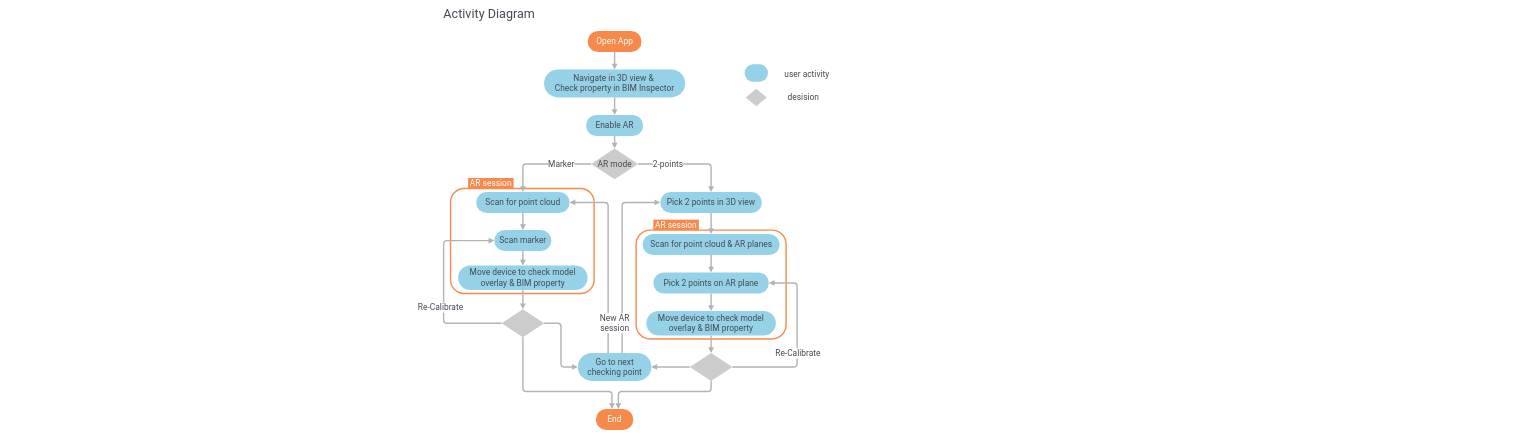
EricHsuYC/EricHsuYC.github.io keeps this draw.io diagram as Untitled Diagram.drawio. Above is the earlier version. Source tidied: cells renumbered, new cells numbered last; positions are measured from the earlier drawing's top-left corner, leaving out a move shared by most shapes. Both pictures are drawn from the tidied source at 35%, with x=0, y=0 at pixel (440, 6).
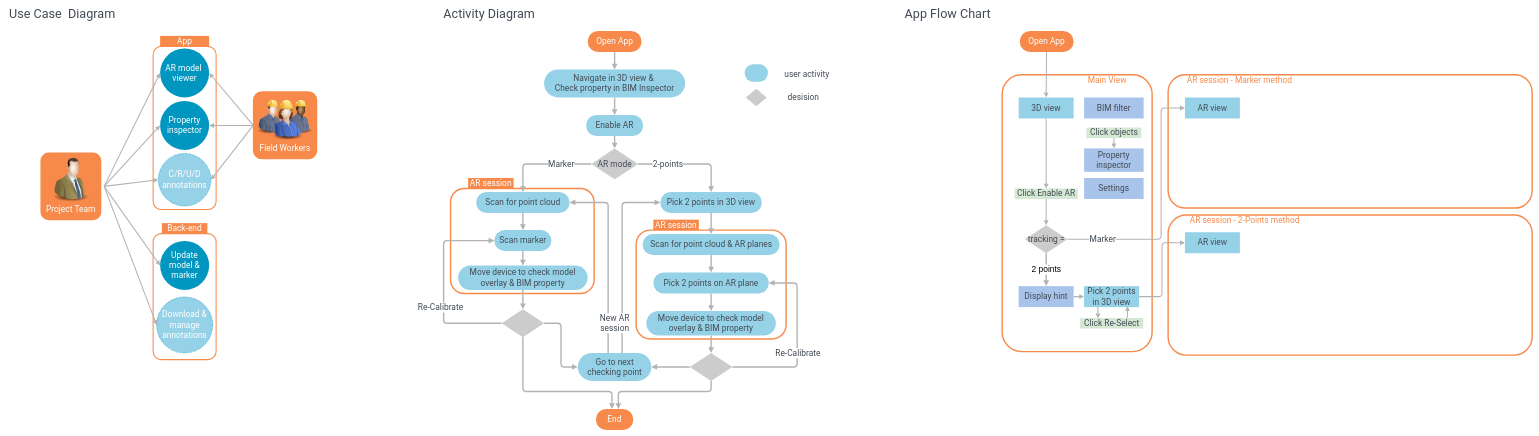
The same page after the edit.

Diff of the diagram source:
```diff
@@
+    <mxCell id="51" style="rounded=1;whiteSpace=wrap;html=1;labelBackgroundColor=#ffffff;strokeColor=#F78A4A;strokeWidth=4;fillColor=none;fontFamily=Roboto;fontSize=24;fontColor=#434B54;arcSize=13;" parent="1" vertex="1">
+      <mxGeometry x="2080" y="195" width="1040" height="381" as="geometry" />
+    </mxCell>
+    <mxCell id="52" style="rounded=1;whiteSpace=wrap;html=1;labelBackgroundColor=#ffffff;strokeColor=#F78A4A;strokeWidth=4;fillColor=none;fontFamily=Roboto;fontSize=24;fontColor=#434B54;arcSize=13;" parent="1" vertex="1">
+      <mxGeometry x="1605.8" y="195" width="428.5" height="791" as="geometry" />
+    </mxCell>
+    <mxCell id="53" style="rounded=1;whiteSpace=wrap;html=1;labelBackgroundColor=#ffffff;strokeColor=#F78A4A;strokeWidth=3;fillColor=none;fontFamily=Roboto;fontSize=24;fontColor=#434B54;arcSize=13;" parent="1" vertex="1">
+      <mxGeometry x="-820" y="649" width="180" height="360" as="geometry" />
+    </mxCell>
+    <mxCell id="54" style="rounded=1;whiteSpace=wrap;html=1;labelBackgroundColor=#ffffff;strokeColor=#F78A4A;strokeWidth=3;fillColor=none;fontFamily=Roboto;fontSize=24;fontColor=#434B54;arcSize=13;" parent="1" vertex="1">
+      <mxGeometry x="-820" y="114" width="180" height="466" as="geometry" />
+    </mxCell>
@@
+    <mxCell id="55" style="edgeStyle=none;jettySize=auto;html=1;entryX=0.5;entryY=0;entryDx=0;entryDy=0;startFill=0;endArrow=block;endFill=1;strokeColor=#B3B3B3;strokeWidth=3;" parent="1" edge="1" source="56" target="86">
+      <mxGeometry relative="1" as="geometry" />
+    </mxCell>
+    <mxCell id="56" value="&lt;font style=&quot;font-size: 24px&quot; color=&quot;#ffffff&quot;&gt;Open App&lt;/font&gt;" style="rounded=1;whiteSpace=wrap;html=1;fillColor=#F78A4A;fontFamily=Roboto;arcSize=50;strokeColor=none;" parent="1" vertex="1">
+      <mxGeometry x="1656" y="70" width="154" height="60" as="geometry" />
+    </mxCell>
+    <mxCell id="57" value="&lt;div&gt;&lt;font color=&quot;#ffffff&quot;&gt;AR model&amp;nbsp;&lt;/font&gt;&lt;/div&gt;&lt;div&gt;&lt;font color=&quot;#ffffff&quot;&gt;viewer&lt;/font&gt;&lt;/div&gt;" style="ellipse;whiteSpace=wrap;html=1;rounded=1;labelBackgroundColor=none;strokeColor=none;strokeWidth=4;fillColor=#0096BF;fontFamily=Roboto;fontSize=24;fontColor=#434B54;shadow=0;" parent="1" vertex="1">
+      <mxGeometry x="-800" y="120" width="140" height="140" as="geometry" />
+    </mxCell>
+    <mxCell id="58" value="&lt;div&gt;&lt;font color=&quot;#ffffff&quot;&gt;Property&lt;/font&gt;&lt;/div&gt;&lt;div&gt;&lt;font color=&quot;#ffffff&quot;&gt;inspector&lt;/font&gt;&lt;/div&gt;" style="ellipse;whiteSpace=wrap;html=1;rounded=1;labelBackgroundColor=none;strokeColor=none;strokeWidth=4;fillColor=#0096BF;fontFamily=Roboto;fontSize=24;fontColor=#434B54;shadow=0;" parent="1" vertex="1">
+      <mxGeometry x="-800" y="270" width="140" height="140" as="geometry" />
+    </mxCell>
+    <mxCell id="59" value="&lt;div&gt;&lt;font color=&quot;#ffffff&quot;&gt;C/R/U/D&lt;/font&gt;&lt;/div&gt;&lt;div&gt;&lt;font color=&quot;#ffffff&quot;&gt;annotations&lt;/font&gt;&lt;/div&gt;" style="ellipse;whiteSpace=wrap;html=1;rounded=1;labelBackgroundColor=none;strokeColor=#0096BF;strokeWidth=2;fillColor=#96D2E7;fontFamily=Roboto;fontSize=24;fontColor=#434B54;shadow=0;dashed=1;perimeterSpacing=0;dashPattern=1 1;" parent="1" vertex="1">
+      <mxGeometry x="-805" y="420" width="150" height="150" as="geometry" />
+    </mxCell>
+    <mxCell id="60" value="&lt;div&gt;&lt;font color=&quot;#ffffff&quot;&gt;Download &amp;amp; manage annotations&lt;/font&gt;&lt;/div&gt;" style="ellipse;whiteSpace=wrap;html=1;rounded=1;labelBackgroundColor=none;strokeColor=#0096BF;strokeWidth=2;fillColor=#96D2E7;fontFamily=Roboto;fontSize=24;fontColor=#434B54;shadow=0;dashed=1;dashPattern=1 1;" parent="1" vertex="1">
+      <mxGeometry x="-810" y="830" width="160" height="160" as="geometry" />
+    </mxCell>
+    <mxCell id="61" value="&lt;div&gt;&lt;font color=&quot;#ffffff&quot;&gt;Update model &amp;amp; marker&lt;/font&gt;&lt;/div&gt;" style="ellipse;whiteSpace=wrap;html=1;rounded=1;labelBackgroundColor=none;strokeColor=none;strokeWidth=4;fillColor=#0096BF;fontFamily=Roboto;fontSize=24;fontColor=#434B54;shadow=0;" parent="1" vertex="1">
+      <mxGeometry x="-800" y="670" width="140" height="140" as="geometry" />
+    </mxCell>
+    <mxCell id="62" style="group;perimeterSpacing=600;" parent="1" vertex="1">
+      <mxGeometry x="-1140" y="419" width="170" height="190" as="geometry" />
+    </mxCell>
+    <mxCell id="63" style="rounded=1;whiteSpace=wrap;html=1;labelBackgroundColor=#ffffff;strokeColor=#F78A4A;strokeWidth=4;fillColor=#F78A4A;fontFamily=Roboto;fontSize=24;fontColor=#434B54;arcSize=13;perimeterSpacing=10;" parent="62" vertex="1">
+      <mxGeometry width="170" height="190" as="geometry" />
+    </mxCell>
+    <mxCell id="64" style="image;html=1;labelBackgroundColor=#ffffff;image=img/lib/clip_art/people/Suit_Man_Green_128x128.png;rounded=1;strokeColor=#000000;strokeWidth=4;fillColor=#F78A4A;fontFamily=Roboto;fontSize=24;fontColor=#434B54;" parent="62" vertex="1">
+      <mxGeometry x="20" y="10" width="130" height="130" as="geometry" />
+    </mxCell>
+    <mxCell id="65" value="&lt;font color=&quot;#ffffff&quot;&gt;Project Team&lt;/font&gt;" style="rounded=0;whiteSpace=wrap;html=1;dashed=1;strokeColor=none;strokeWidth=4;fillColor=none;fontFamily=Roboto;fontSize=24;fontColor=#434B54;" parent="62" vertex="1">
+      <mxGeometry y="130" width="170" height="60" as="geometry" />
+    </mxCell>
+    <mxCell id="66" style="edgeStyle=none;jettySize=auto;html=1;exitX=1;exitY=0.5;exitDx=0;exitDy=0;entryX=0;entryY=0.5;entryDx=0;entryDy=0;startFill=0;endArrow=block;endFill=1;strokeColor=#B3B3B3;strokeWidth=3;" parent="1" edge="1" source="63" target="57">
+      <mxGeometry relative="1" as="geometry" />
+    </mxCell>
+    <mxCell id="67" style="edgeStyle=none;jettySize=auto;html=1;exitX=1;exitY=0.5;exitDx=0;exitDy=0;entryX=0;entryY=0.5;entryDx=0;entryDy=0;startFill=0;endArrow=block;endFill=1;strokeColor=#B3B3B3;strokeWidth=3;" parent="1" edge="1" source="63" target="58">
+      <mxGeometry relative="1" as="geometry" />
+    </mxCell>
+    <mxCell id="68" style="edgeStyle=none;jettySize=auto;html=1;exitX=1;exitY=0.5;exitDx=0;exitDy=0;entryX=0;entryY=0.5;entryDx=0;entryDy=0;startFill=0;endArrow=block;endFill=1;strokeColor=#B3B3B3;strokeWidth=3;" parent="1" edge="1" source="63" target="59">
+      <mxGeometry relative="1" as="geometry" />
+    </mxCell>
+    <mxCell id="69" style="edgeStyle=none;jettySize=auto;html=1;exitX=1;exitY=0.5;exitDx=0;exitDy=0;entryX=0;entryY=0.5;entryDx=0;entryDy=0;startFill=0;endArrow=block;endFill=1;strokeColor=#B3B3B3;strokeWidth=3;" parent="1" edge="1" source="63" target="60">
+      <mxGeometry relative="1" as="geometry" />
+    </mxCell>
+    <mxCell id="70" style="edgeStyle=none;jettySize=auto;html=1;exitX=1;exitY=0.5;exitDx=0;exitDy=0;entryX=0;entryY=0.5;entryDx=0;entryDy=0;startFill=0;endArrow=block;endFill=1;strokeColor=#B3B3B3;strokeWidth=3;" parent="1" edge="1" source="63" target="61">
+      <mxGeometry relative="1" as="geometry" />
+    </mxCell>
+    <mxCell id="71" style="group;" parent="1" vertex="1">
+      <mxGeometry x="-534" y="244.5" width="181" height="191" as="geometry" />
+    </mxCell>
+    <mxCell id="72" style="rounded=1;whiteSpace=wrap;html=1;labelBackgroundColor=#ffffff;strokeColor=#F78A4A;strokeWidth=4;fillColor=#F78A4A;fontFamily=Roboto;fontSize=24;fontColor=#434B54;arcSize=13;" parent="71" vertex="1">
+      <mxGeometry x="1" width="180" height="190" as="geometry" />
+    </mxCell>
+    <mxCell id="73" value="&lt;font color=&quot;#ffffff&quot;&gt;Field Workers&lt;/font&gt;" style="rounded=0;whiteSpace=wrap;html=1;dashed=1;strokeColor=none;strokeWidth=4;fillColor=none;fontFamily=Roboto;fontSize=24;fontColor=#434B54;" parent="71" vertex="1">
+      <mxGeometry x="6" y="131" width="170" height="60" as="geometry" />
+    </mxCell>
+    <mxCell id="74" style="group;" parent="71" vertex="1">
+      <mxGeometry y="20" width="180.8" height="118" as="geometry" />
+    </mxCell>
+    <mxCell id="75" style="image;html=1;labelBackgroundColor=#ffffff;image=img/lib/clip_art/people/Construction_Worker_Man_Black_128x128.png;rounded=1;shadow=0;dashed=1;dashPattern=1 1;strokeColor=#0096BF;strokeWidth=2;fillColor=#96D2E7;fontFamily=Roboto;fontSize=24;fontColor=#434B54;" parent="74" vertex="1">
+      <mxGeometry x="80.3" width="100.4" height="100.4" as="geometry" />
+    </mxCell>
+    <mxCell id="76" style="image;html=1;labelBackgroundColor=#ffffff;image=img/lib/clip_art/people/Construction_Worker_Man_128x128.png;rounded=1;strokeColor=#000000;strokeWidth=4;fillColor=#F78A4A;fontFamily=Roboto;fontSize=24;fontColor=#434B54;" parent="74" vertex="1">
+      <mxGeometry width="100.4" height="100.4" as="geometry" />
+    </mxCell>
+    <mxCell id="77" style="image;html=1;labelBackgroundColor=#ffffff;image=img/lib/clip_art/people/Construction_Worker_Woman_128x128.png;rounded=1;strokeColor=#000000;strokeWidth=4;fillColor=#F78A4A;fontFamily=Roboto;fontSize=24;fontColor=#434B54;" parent="74" vertex="1">
+      <mxGeometry x="37.7" width="118" height="118" as="geometry" />
+    </mxCell>
+    <mxCell id="78" style="edgeStyle=none;jettySize=auto;html=1;exitX=0;exitY=0.75;exitDx=0;exitDy=0;entryX=1;entryY=0.5;entryDx=0;entryDy=0;startFill=0;endArrow=block;endFill=1;strokeColor=#B3B3B3;strokeWidth=3;" parent="1" edge="1" source="76" target="57">
+      <mxGeometry relative="1" as="geometry" />
+    </mxCell>
+    <mxCell id="79" style="edgeStyle=none;jettySize=auto;html=1;exitX=0;exitY=0.75;exitDx=0;exitDy=0;entryX=1;entryY=0.5;entryDx=0;entryDy=0;startFill=0;endArrow=block;endFill=1;strokeColor=#B3B3B3;strokeWidth=3;" parent="1" edge="1" source="76" target="58">
+      <mxGeometry relative="1" as="geometry" />
+    </mxCell>
+    <mxCell id="80" style="edgeStyle=none;jettySize=auto;html=1;exitX=0;exitY=0.75;exitDx=0;exitDy=0;entryX=1;entryY=0.5;entryDx=0;entryDy=0;startFill=0;endArrow=block;endFill=1;strokeColor=#B3B3B3;strokeWidth=3;" parent="1" edge="1" source="76" target="59">
+      <mxGeometry relative="1" as="geometry" />
+    </mxCell>
+    <mxCell id="81" value="&lt;font style=&quot;font-size: 24px&quot; color=&quot;#ffffff&quot;&gt;App&lt;/font&gt;" style="rounded=1;whiteSpace=wrap;html=1;fillColor=#F78A4A;fontFamily=Roboto;arcSize=0;strokeColor=none;" parent="1" vertex="1">
+      <mxGeometry x="-800" y="84" width="140" height="30" as="geometry" />
+    </mxCell>
+    <mxCell id="82" value="&lt;font style=&quot;font-size: 24px&quot; color=&quot;#ffffff&quot;&gt;Back-end&lt;/font&gt;" style="rounded=1;whiteSpace=wrap;html=1;fillColor=#F78A4A;fontFamily=Roboto;arcSize=0;strokeColor=none;" parent="1" vertex="1">
+      <mxGeometry x="-795" y="619" width="130" height="30" as="geometry" />
+    </mxCell>
+    <mxCell id="83" value="&lt;font style=&quot;font-size: 36px&quot;&gt;Use Case&amp;nbsp; Diagram&lt;/font&gt;" style="text;html=1;align=center;verticalAlign=middle;fontSize=24;fontFamily=Roboto;fontColor=#434B54;" parent="1" vertex="1">
+      <mxGeometry x="-1240" width="320" height="40" as="geometry" />
+    </mxCell>
+    <mxCell id="84" value="&lt;font style=&quot;font-size: 36px&quot;&gt;App Flow Chart&lt;/font&gt;" style="text;html=1;align=center;verticalAlign=middle;fontSize=24;fontFamily=Roboto;fontColor=#434B54;" parent="1" vertex="1">
+      <mxGeometry x="1320" width="260" height="40" as="geometry" />
+    </mxCell>
+    <mxCell id="85" style="edgeStyle=orthogonalEdgeStyle;jettySize=auto;html=1;startFill=0;endArrow=block;endFill=1;strokeColor=#B3B3B3;strokeWidth=3;" parent="1" edge="1" source="86" target="99">
+      <mxGeometry relative="1" as="geometry" />
+    </mxCell>
+    <mxCell id="86" value="&lt;font style=&quot;font-size: 24px&quot; face=&quot;Roboto&quot; color=&quot;#434b54&quot;&gt;3D view&lt;/font&gt;" style="rounded=1;whiteSpace=wrap;html=1;arcSize=0;fillColor=#96D2E7;strokeColor=none;shadow=0;dashed=1;dashPattern=1 1;labelBackgroundColor=none;fontFamily=Roboto;fontSize=24;fontColor=#434B54;" parent="1" vertex="1">
+      <mxGeometry x="1653" y="260" width="157" height="60" as="geometry" />
+    </mxCell>
+    <mxCell id="87" value="&lt;font style=&quot;font-size: 24px&quot; face=&quot;Roboto&quot; color=&quot;#434b54&quot;&gt;BIM filter&lt;/font&gt;" style="rounded=1;whiteSpace=wrap;html=1;arcSize=0;fillColor=#A9C4EB;strokeColor=none;shadow=0;dashed=1;dashPattern=1 1;labelBackgroundColor=none;fontFamily=Roboto;fontSize=24;fontColor=#000000;" parent="1" vertex="1">
+      <mxGeometry x="1840" y="260" width="170" height="60" as="geometry" />
+    </mxCell>
+    <mxCell id="88" value="&lt;font style=&quot;font-size: 24px&quot; face=&quot;Roboto&quot; color=&quot;#434b54&quot;&gt;AR view&lt;/font&gt;" style="rounded=1;whiteSpace=wrap;html=1;arcSize=0;fillColor=#96D2E7;strokeColor=none;shadow=0;dashed=1;dashPattern=1 1;labelBackgroundColor=none;fontFamily=Roboto;fontSize=24;fontColor=#434B54;" parent="1" vertex="1">
+      <mxGeometry x="2128" y="260" width="157" height="60" as="geometry" />
+    </mxCell>
+    <mxCell id="89" style="edgeStyle=orthogonalEdgeStyle;jettySize=auto;html=1;startFill=0;endArrow=block;endFill=1;strokeColor=#B3B3B3;strokeWidth=3;" parent="1" edge="1" source="90" target="97">
+      <mxGeometry relative="1" as="geometry" />
+    </mxCell>
+    <mxCell id="90" value="&lt;font style=&quot;font-size: 24px&quot; face=&quot;Roboto&quot; color=&quot;#434b54&quot;&gt;Click objects&lt;/font&gt;" style="rounded=1;whiteSpace=wrap;html=1;arcSize=0;fillColor=#d5e8d4;strokeColor=none;shadow=0;dashed=1;dashPattern=1 1;labelBackgroundColor=none;fontFamily=Roboto;fontSize=24;" parent="1" vertex="1">
+      <mxGeometry x="1846.5" y="346" width="157" height="30" as="geometry" />
+    </mxCell>
+    <mxCell id="91" style="edgeStyle=orthogonalEdgeStyle;jettySize=auto;html=1;startFill=0;endArrow=block;endFill=1;strokeColor=#B3B3B3;strokeWidth=3;" parent="1" edge="1" source="92" target="95">
+      <mxGeometry relative="1" as="geometry" />
+    </mxCell>
+    <mxCell id="92" value="&lt;font style=&quot;font-size: 24px&quot; face=&quot;Roboto&quot; color=&quot;#434b54&quot;&gt;Display hint&lt;/font&gt;" style="rounded=1;whiteSpace=wrap;html=1;arcSize=0;fillColor=#A9C4EB;strokeColor=none;shadow=0;dashed=1;dashPattern=1 1;labelBackgroundColor=none;fontFamily=Roboto;fontSize=24;fontColor=#000000;" parent="1" vertex="1">
+      <mxGeometry x="1653" y="799" width="157" height="60" as="geometry" />
+    </mxCell>
+    <mxCell id="93" style="edgeStyle=orthogonalEdgeStyle;jettySize=auto;html=1;exitX=0.25;exitY=1;exitDx=0;exitDy=0;entryX=0.284;entryY=0.033;entryDx=0;entryDy=0;entryPerimeter=0;startFill=0;endArrow=block;endFill=1;strokeColor=#B3B3B3;strokeWidth=3;" parent="1" edge="1" source="95" target="105">
+      <mxGeometry relative="1" as="geometry" />
+    </mxCell>
+    <mxCell id="94" style="edgeStyle=orthogonalEdgeStyle;jettySize=auto;html=1;entryX=0;entryY=0.5;entryDx=0;entryDy=0;startFill=0;endArrow=block;endFill=1;strokeColor=#B3B3B3;strokeWidth=3;" parent="1" edge="1" source="95" target="108">
+      <mxGeometry relative="1" as="geometry" />
+    </mxCell>
+    <mxCell id="95" value="&lt;font style=&quot;font-size: 24px&quot; face=&quot;Roboto&quot; color=&quot;#434b54&quot;&gt;Pick 2 points in 3D view&lt;/font&gt;" style="rounded=1;whiteSpace=wrap;html=1;arcSize=0;fillColor=#96D2E7;strokeColor=none;shadow=0;dashed=1;dashPattern=1 1;labelBackgroundColor=none;fontFamily=Roboto;fontSize=24;fontColor=#434B54;" parent="1" vertex="1">
+      <mxGeometry x="1840" y="799" width="157" height="60" as="geometry" />
+    </mxCell>
+    <mxCell id="96" value="&lt;font style=&quot;font-size: 24px&quot;&gt;AR session - Marker method&lt;/font&gt;" style="rounded=1;whiteSpace=wrap;html=1;fillColor=none;fontFamily=Roboto;arcSize=0;strokeColor=none;fontColor=#F78A4A;labelBackgroundColor=none;" parent="1" vertex="1">
+      <mxGeometry x="2128" y="195" width="312" height="30" as="geometry" />
+    </mxCell>
+    <mxCell id="97" value="&lt;font style=&quot;font-size: 24px&quot; face=&quot;Roboto&quot; color=&quot;#434b54&quot;&gt;Property inspector&lt;/font&gt;" style="rounded=1;whiteSpace=wrap;html=1;arcSize=0;fillColor=#A9C4EB;strokeColor=none;shadow=0;dashed=1;dashPattern=1 1;labelBackgroundColor=none;fontFamily=Roboto;fontSize=24;" parent="1" vertex="1">
+      <mxGeometry x="1840" y="405.5" width="170" height="67" as="geometry" />
+    </mxCell>
+    <mxCell id="98" style="edgeStyle=orthogonalEdgeStyle;jettySize=auto;html=1;entryX=0.5;entryY=0;entryDx=0;entryDy=0;startFill=0;endArrow=block;endFill=1;strokeColor=#B3B3B3;strokeWidth=3;" parent="1" edge="1" source="99" target="103">
+      <mxGeometry relative="1" as="geometry" />
+    </mxCell>
+    <mxCell id="99" value="&lt;font style=&quot;font-size: 24px&quot; face=&quot;Roboto&quot; color=&quot;#434b54&quot;&gt;Click Enable AR&lt;/font&gt;" style="rounded=1;whiteSpace=wrap;html=1;arcSize=0;fillColor=#d5e8d4;strokeColor=none;shadow=0;dashed=1;dashPattern=1 1;labelBackgroundColor=none;fontFamily=Roboto;fontSize=24;" parent="1" vertex="1">
+      <mxGeometry x="1641.5" y="520" width="180" height="30" as="geometry" />
+    </mxCell>
+    <mxCell id="100" value="&lt;font style=&quot;font-size: 24px&quot;&gt;2 points&lt;/font&gt;" style="edgeStyle=orthogonalEdgeStyle;jettySize=auto;html=1;entryX=0.5;entryY=0;entryDx=0;entryDy=0;startFill=0;endArrow=block;endFill=1;strokeColor=#B3B3B3;strokeWidth=4;" parent="1" edge="1" source="103" target="92">
+      <mxGeometry relative="1" as="geometry" />
+    </mxCell>
+    <mxCell id="101" style="edgeStyle=orthogonalEdgeStyle;jettySize=auto;html=1;entryX=0;entryY=0.5;entryDx=0;entryDy=0;startFill=0;endArrow=block;endFill=1;strokeColor=#B3B3B3;strokeWidth=3;" parent="1" edge="1" source="103" target="88">
+      <mxGeometry relative="1" as="geometry">
+        <Array as="points">
+          <mxPoint x="2060" y="665" />
+          <mxPoint x="2060" y="290" />
+        </Array>
+      </mxGeometry>
+    </mxCell>
+    <mxCell id="102" value="Marker" style="text;html=1;align=center;verticalAlign=middle;labelBackgroundColor=#ffffff;fontSize=24;fontFamily=Roboto;fontColor=#434B54;" parent="101" vertex="1">
+      <mxGeometry x="-0.72" y="1" relative="1" as="geometry">
+        <mxPoint x="1" as="offset" />
+      </mxGeometry>
+    </mxCell>
+    <mxCell id="103" value="tracking =" style="rhombus;whiteSpace=wrap;html=1;rounded=0;comic=0;strokeColor=none;fillColor=#CCCCCC;shadow=0;dashed=1;dashPattern=1 1;labelBackgroundColor=none;fontFamily=Roboto;fontSize=24;fontColor=#434B54;" parent="1" vertex="1">
+      <mxGeometry x="1670.8" y="625" width="121.5" height="80" as="geometry" />
+    </mxCell>
+    <mxCell id="104" style="edgeStyle=orthogonalEdgeStyle;jettySize=auto;html=1;exitX=0.75;exitY=0;exitDx=0;exitDy=0;entryX=0.789;entryY=0.95;entryDx=0;entryDy=0;entryPerimeter=0;startFill=0;endArrow=block;endFill=1;strokeColor=#B3B3B3;strokeWidth=3;" parent="1" edge="1" source="105" target="95">
+      <mxGeometry relative="1" as="geometry" />
+    </mxCell>
+    <mxCell id="105" value="&lt;font style=&quot;font-size: 24px&quot; face=&quot;Roboto&quot; color=&quot;#434b54&quot;&gt;Click Re-Select&lt;/font&gt;" style="rounded=1;whiteSpace=wrap;html=1;arcSize=0;fillColor=#d5e8d4;strokeColor=none;shadow=0;dashed=1;dashPattern=1 1;labelBackgroundColor=none;fontFamily=Roboto;fontSize=24;" parent="1" vertex="1">
+      <mxGeometry x="1828.5" y="890" width="180" height="30" as="geometry" />
+    </mxCell>
+    <mxCell id="106" value="&lt;font style=&quot;font-size: 24px&quot; face=&quot;Roboto&quot; color=&quot;#434b54&quot;&gt;Settings&lt;/font&gt;" style="rounded=1;whiteSpace=wrap;html=1;arcSize=0;fillColor=#A9C4EB;strokeColor=none;shadow=0;dashed=1;dashPattern=1 1;labelBackgroundColor=none;fontFamily=Roboto;fontSize=24;fontColor=#000000;" parent="1" vertex="1">
+      <mxGeometry x="1840" y="490" width="170" height="60" as="geometry" />
+    </mxCell>
+    <mxCell id="107" style="rounded=1;whiteSpace=wrap;html=1;labelBackgroundColor=#ffffff;strokeColor=#F78A4A;strokeWidth=4;fillColor=none;fontFamily=Roboto;fontSize=24;fontColor=#434B54;arcSize=13;" parent="1" vertex="1">
+      <mxGeometry x="2080" y="596" width="1040" height="400" as="geometry" />
+    </mxCell>
+    <mxCell id="108" value="&lt;font style=&quot;font-size: 24px&quot; face=&quot;Roboto&quot; color=&quot;#434b54&quot;&gt;AR view&lt;/font&gt;" style="rounded=1;whiteSpace=wrap;html=1;arcSize=0;fillColor=#96D2E7;strokeColor=none;shadow=0;dashed=1;dashPattern=1 1;labelBackgroundColor=none;fontFamily=Roboto;fontSize=24;fontColor=#434B54;" parent="1" vertex="1">
+      <mxGeometry x="2128" y="645" width="157" height="60" as="geometry" />
+    </mxCell>
+    <mxCell id="109" value="&lt;font style=&quot;font-size: 24px&quot;&gt;AR session - 2-Points method&lt;/font&gt;" style="rounded=1;whiteSpace=wrap;html=1;fillColor=none;fontFamily=Roboto;arcSize=0;strokeColor=none;fontColor=#F78A4A;labelBackgroundColor=none;" parent="1" vertex="1">
+      <mxGeometry x="2128" y="595" width="342" height="30" as="geometry" />
+    </mxCell>
+    <mxCell id="110" value="&lt;font style=&quot;font-size: 24px&quot;&gt;Main View&lt;/font&gt;" style="rounded=1;whiteSpace=wrap;html=1;fillColor=none;fontFamily=Roboto;arcSize=0;strokeColor=none;fontColor=#F78A4A;labelBackgroundColor=none;" parent="1" vertex="1">
+      <mxGeometry x="1750" y="195" width="312" height="30" as="geometry" />
+    </mxCell>
```
